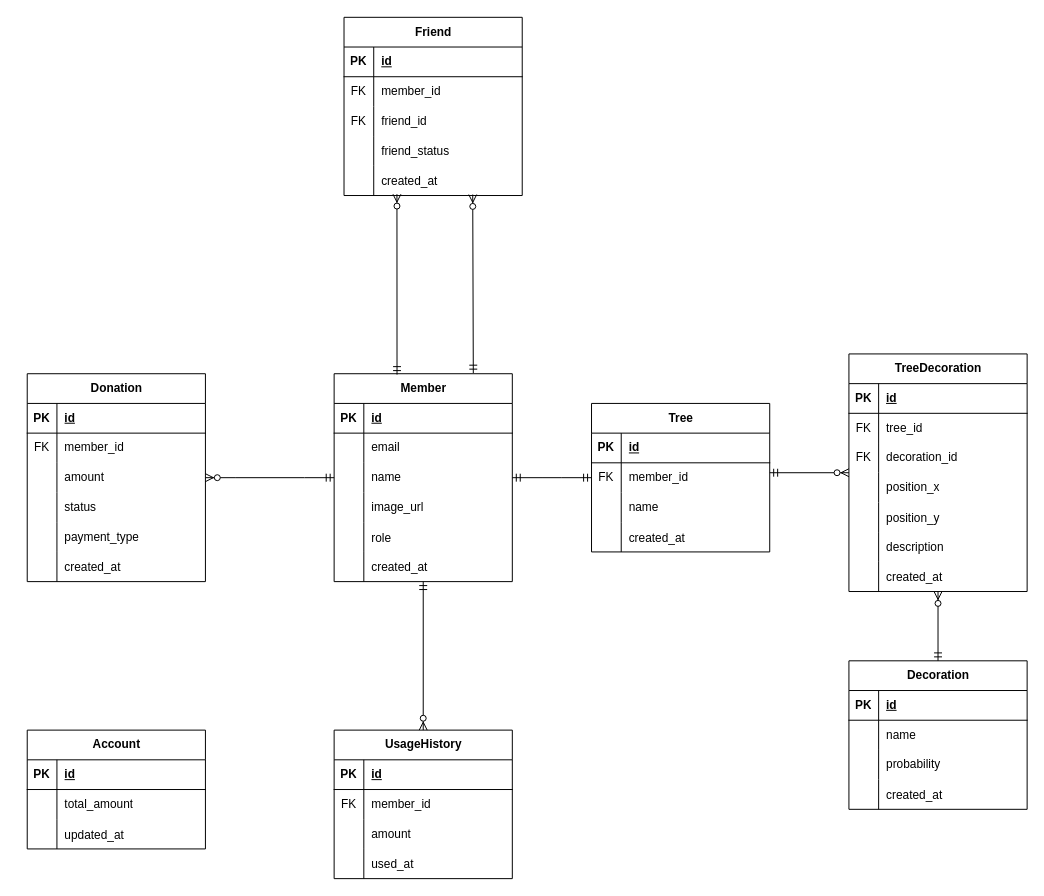
Before: ChaeumERD.drawio in 2025-Advanced-Capstone-Chaeum/ERD, a draw.io diagram. Source tidied: cells renumbered, new cells numbered last; positions are measured from the earlier drawing's top-left corner, leaving out a move shared by most shapes. Both pictures are drawn from the tidied source at 99%, with x=0, y=0 at pixel (27, 17).
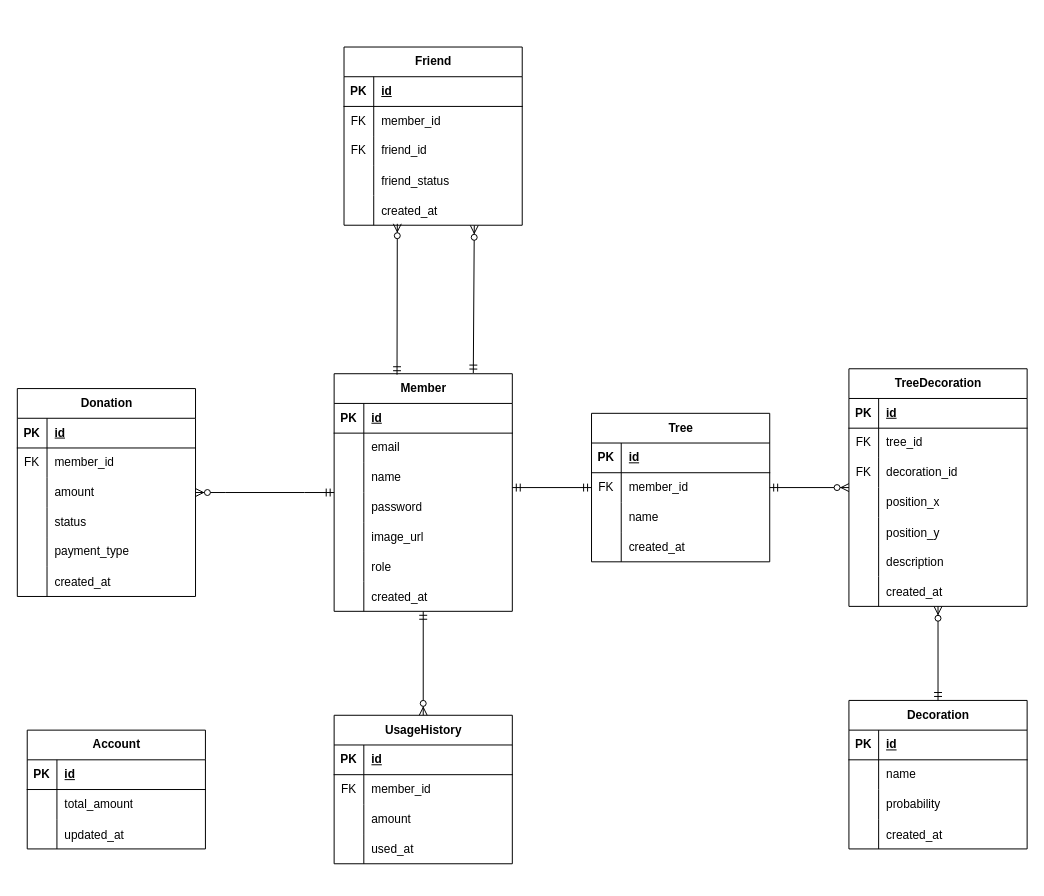
The same diagram, later.

Commit message:
docs: Member 테이블 password 필드 추가

The change refers to these unchanged cells:
```xml
<mxCell id="27" style="shape=tableRow;horizontal=0;startSize=0;swimlaneHead=0;swimlaneBody=0;fillColor=none;points=[[0,0.5],[1,0.5]];portConstraint=eastwest;top=0;left=0;right=0;bottom=0;" parent="23" vertex="1">
  <mxGeometry y="60" width="180" height="30" as="geometry" />
</mxCell>
<mxCell id="116" style="shape=tableRow;horizontal=0;startSize=0;swimlaneHead=0;swimlaneBody=0;fillColor=none;points=[[0,0.5],[1,0.5]];portConstraint=eastwest;top=0;left=0;right=0;bottom=0;" parent="103" vertex="1">
  <mxGeometry y="150" width="180" height="30" as="geometry" />
</mxCell>
```

What changed in the source:
```diff
@@
     <mxCell id="2" value="Member" style="shape=table;startSize=30;childLayout=tableLayout;rowLines=0;fontStyle=1;align=center;html=1;" parent="1" vertex="1">
-      <mxGeometry x="310" y="360" width="180" height="210" as="geometry" />
+      <mxGeometry x="310" y="360" width="180" height="240" as="geometry" />
     </mxCell>
@@
+    <mxCell id="135" style="shape=tableRow;horizontal=0;startSize=0;swimlaneHead=0;swimlaneBody=0;fillColor=none;top=0;left=0;right=0;bottom=0;" parent="2" vertex="1">
+      <mxGeometry y="120" width="180" height="30" as="geometry" />
+    </mxCell>
+    <mxCell id="136" style="shape=partialRectangle;fillColor=none;top=0;left=0;bottom=0;right=0;overflow=hidden;whiteSpace=wrap;html=1;" parent="135" vertex="1">
+      <mxGeometry width="30" height="30" as="geometry" />
+    </mxCell>
+    <mxCell id="137" value="password" style="shape=partialRectangle;fillColor=none;top=0;left=0;bottom=0;right=0;align=left;spacingLeft=6;overflow=hidden;whiteSpace=wrap;html=1;" parent="135" vertex="1">
+      <mxGeometry x="30" width="150" height="30" as="geometry" />
+    </mxCell>
     <mxCell id="12" style="shape=tableRow;horizontal=0;startSize=0;swimlaneHead=0;swimlaneBody=0;fillColor=none;top=0;left=0;right=0;bottom=0;" parent="2" vertex="1">
-      <mxGeometry y="120" width="180" height="30" as="geometry" />
+      <mxGeometry y="150" width="180" height="30" as="geometry" />
     </mxCell>
@@
     <mxCell id="15" style="shape=tableRow;horizontal=0;startSize=0;swimlaneHead=0;swimlaneBody=0;fillColor=none;top=0;left=0;right=0;bottom=0;" parent="2" vertex="1">
-      <mxGeometry y="150" width="180" height="30" as="geometry" />
+      <mxGeometry y="180" width="180" height="30" as="geometry" />
     </mxCell>
@@
     <mxCell id="18" style="shape=tableRow;horizontal=0;startSize=0;swimlaneHead=0;swimlaneBody=0;fillColor=none;top=0;left=0;right=0;bottom=0;" parent="2" vertex="1">
-      <mxGeometry y="180" width="180" height="30" as="geometry" />
+      <mxGeometry y="210" width="180" height="30" as="geometry" />
     </mxCell>
@@
-    <mxCell id="21" style="edgeStyle=entityRelationEdgeStyle;fontSize=12;html=1;endArrow=ERmandOne;startArrow=ERmandOne;rounded=0;" parent="1" edge="1" source="2">
+    <mxCell id="21" style="fontSize=12;html=1;endArrow=ERmandOne;startArrow=ERmandOne;rounded=0;entryX=0;entryY=0.5;entryDx=0;entryDy=0;" parent="1" edge="1" target="27">
       <mxGeometry relative="1" as="geometry">
-        <mxPoint x="570" y="465" as="targetPoint" />
+        <mxPoint x="490" y="475" as="sourcePoint" />
       </mxGeometry>
     </mxCell>
@@
     <mxCell id="23" value="Tree" style="shape=table;startSize=30;childLayout=tableLayout;rowLines=0;fontStyle=1;align=center;html=1;" parent="1" vertex="1">
-      <mxGeometry x="570" y="390" width="180" height="150" as="geometry" />
+      <mxGeometry x="570" y="400" width="180" height="150" as="geometry" />
     </mxCell>
@@
     <mxCell id="36" value="TreeDecoration" style="shape=table;startSize=30;childLayout=tableLayout;rowLines=0;fontStyle=1;align=center;html=1;" parent="1" vertex="1">
-      <mxGeometry x="830" y="340" width="180" height="240" as="geometry" />
+      <mxGeometry x="830" y="355" width="180" height="240" as="geometry" />
     </mxCell>
@@
     <mxCell id="58" value="Decoration" style="shape=table;startSize=30;childLayout=tableLayout;rowLines=0;fontStyle=1;align=center;html=1;" parent="1" vertex="1">
-      <mxGeometry x="830" y="650" width="180" height="150" as="geometry" />
+      <mxGeometry x="830" y="690" width="180" height="150" as="geometry" />
     </mxCell>
@@
     <mxCell id="71" value="Donation" style="shape=table;startSize=30;childLayout=tableLayout;rowLines=0;fontStyle=1;align=center;html=1;" parent="1" vertex="1">
-      <mxGeometry y="360" width="180" height="210" as="geometry" />
+      <mxGeometry x="-10" y="375" width="180" height="210" as="geometry" />
     </mxCell>
@@
     <mxCell id="90" value="UsageHistory" style="shape=table;startSize=30;childLayout=tableLayout;rowLines=0;fontStyle=1;align=center;html=1;" parent="1" vertex="1">
-      <mxGeometry x="310" y="720" width="180" height="150" as="geometry" />
+      <mxGeometry x="310" y="705" width="180" height="150" as="geometry" />
     </mxCell>
@@
     <mxCell id="103" value="Friend" style="shape=table;startSize=30;childLayout=tableLayout;rowLines=0;fontStyle=1;align=center;html=1;" parent="1" vertex="1">
-      <mxGeometry x="320" width="180" height="180" as="geometry" />
+      <mxGeometry x="320" y="30" width="180" height="180" as="geometry" />
     </mxCell>
@@
-    <mxCell id="130" style="fontSize=12;html=1;endArrow=ERzeroToMany;startArrow=ERmandOne;rounded=0;exitX=0.353;exitY=0.004;exitDx=0;exitDy=0;entryX=0.297;entryY=0.955;entryDx=0;entryDy=0;entryPerimeter=0;exitPerimeter=0;" parent="1" edge="1" source="2" target="116">
+    <mxCell id="130" style="fontSize=12;html=1;endArrow=ERzeroToMany;startArrow=ERmandOne;rounded=0;exitX=0.353;exitY=0.004;exitDx=0;exitDy=0;exitPerimeter=0;entryX=0.299;entryY=0.953;entryDx=0;entryDy=0;entryPerimeter=0;" parent="1" edge="1" source="2" target="116">
       <mxGeometry relative="1" as="geometry" />
     </mxCell>
-    <mxCell id="131" style="fontSize=12;html=1;endArrow=ERzeroToMany;startArrow=ERmandOne;rounded=0;exitX=0.781;exitY=-0.003;exitDx=0;exitDy=0;exitPerimeter=0;" parent="1" edge="1" source="2">
-      <mxGeometry relative="1" as="geometry">
-        <mxPoint x="450" y="179" as="targetPoint" />
-      </mxGeometry>
+    <mxCell id="131" style="fontSize=12;html=1;endArrow=ERzeroToMany;startArrow=ERmandOne;rounded=0;exitX=0.781;exitY=-0.003;exitDx=0;exitDy=0;exitPerimeter=0;entryX=0.731;entryY=1.007;entryDx=0;entryDy=0;entryPerimeter=0;" parent="1" edge="1" source="2" target="116">
+      <mxGeometry relative="1" as="geometry" />
     </mxCell>
     <mxCell id="132" style="fontSize=12;html=1;endArrow=ERzeroToMany;startArrow=ERmandOne;rounded=0;entryX=0.5;entryY=0;entryDx=0;entryDy=0;" parent="1" edge="1" target="90">
       <mxGeometry relative="1" as="geometry">
-        <mxPoint x="400" y="570" as="sourcePoint" />
+        <mxPoint x="400" y="600" as="sourcePoint" />
       </mxGeometry>
     </mxCell>
-    <mxCell id="133" style="fontSize=12;html=1;endArrow=ERzeroToMany;startArrow=ERmandOne;rounded=0;" parent="1" edge="1" target="36">
-      <mxGeometry relative="1" as="geometry">
-        <mxPoint x="750" y="460" as="sourcePoint" />
-      </mxGeometry>
+    <mxCell id="133" style="fontSize=12;html=1;endArrow=ERzeroToMany;startArrow=ERmandOne;rounded=0;exitX=1;exitY=0.5;exitDx=0;exitDy=0;" parent="1" edge="1" source="27" target="36">
+      <mxGeometry relative="1" as="geometry" />
     </mxCell>
```
